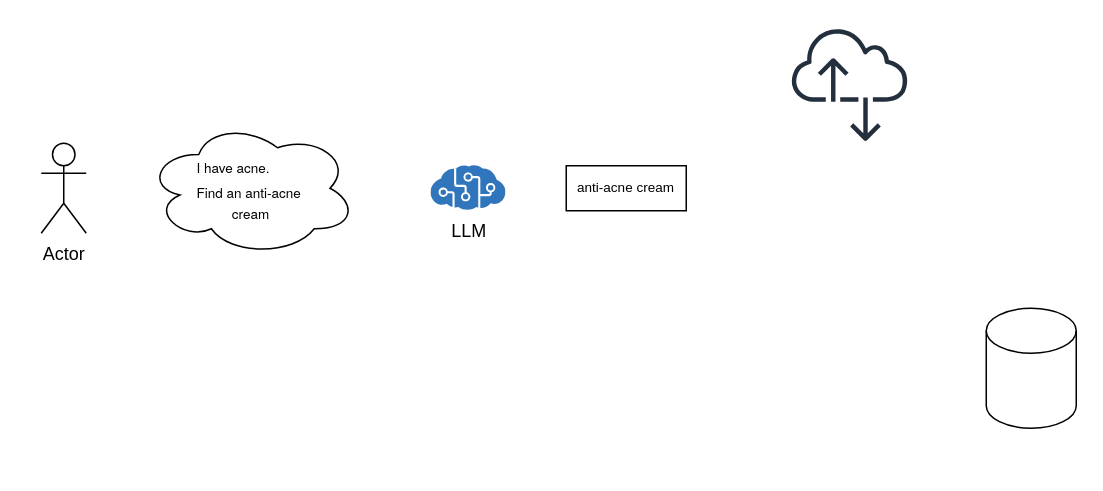
The draw.io diagram product-recommendation.drawio in x2day/qoupee, before the edit. Source tidied: cells renumbered, new cells numbered last; positions are measured from the earlier drawing's top-left corner, leaving out a move shared by most shapes. Both pictures are drawn from the tidied source at 150%, with x=0, y=0 at pixel (40, 26).
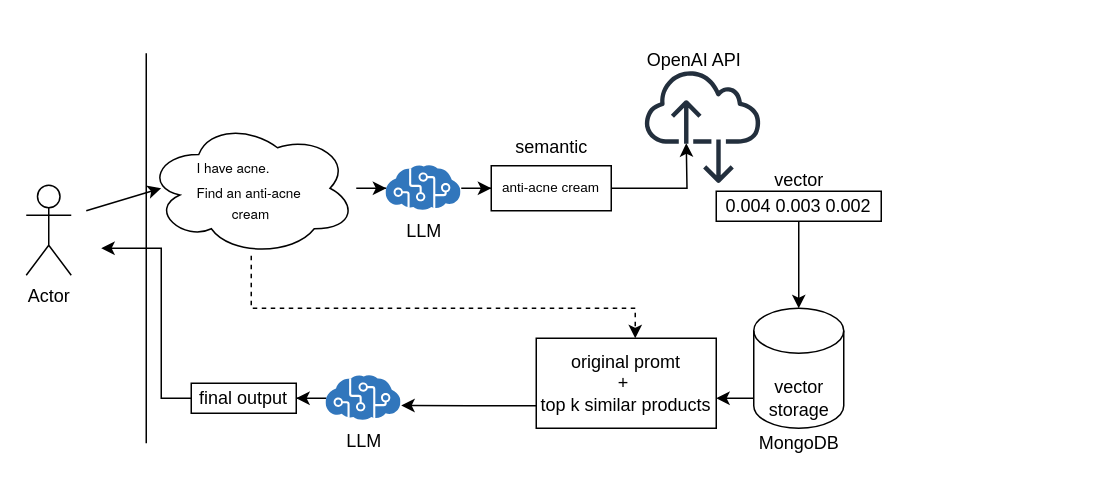
The same diagram, later.

Unchanged cells that the change refers to:
```xml
<mxCell id="3" value="&lt;p style=&quot;margin: 0px; font-variant-numeric: normal; font-variant-east-asian: normal; font-variant-alternates: normal; font-kerning: auto; font-optical-sizing: auto; font-feature-settings: normal; font-variation-settings: normal; font-variant-position: normal; font-stretch: normal; line-height: normal; font-family: &amp;quot;Helvetica Neue&amp;quot;; text-align: start;&quot; class=&quot;p1&quot;&gt;&lt;font style=&quot;font-size: 9px;&quot;&gt;I have acne.&lt;br&gt;Find an anti-acne&amp;nbsp;&lt;/font&gt;&lt;/p&gt;&lt;span style=&quot;font-family: &amp;quot;Helvetica Neue&amp;quot;; font-size: 9px; text-align: start;&quot;&gt;cream&lt;/span&gt;" style="ellipse;shape=cloud;whiteSpace=wrap;html=1;" parent="1" vertex="1">
  <mxGeometry x="70" y="63" width="140" height="90" as="geometry" />
</mxCell>
```

Diff of the diagram source:
```diff
@@
     <mxCell id="2" value="Actor" style="shape=umlActor;verticalLabelPosition=bottom;verticalAlign=top;html=1;" parent="1" vertex="1">
-      <mxGeometry y="78" width="30" height="60" as="geometry" />
+      <mxGeometry x="-10" y="106" width="30" height="60" as="geometry" />
     </mxCell>
+    <mxCell id="8" style="edgeStyle=orthogonalEdgeStyle;rounded=0;jettySize=auto;html=1;" parent="1" edge="1" source="3" target="5">
+      <mxGeometry relative="1" as="geometry" />
+    </mxCell>
+    <mxCell id="9" style="edgeStyle=orthogonalEdgeStyle;rounded=0;jettySize=auto;html=1;entryX=0.55;entryY=0.001;entryDx=0;entryDy=0;dashed=1;entryPerimeter=0;" parent="1" edge="1" source="3" target="21">
+      <mxGeometry relative="1" as="geometry">
+        <Array as="points">
+          <mxPoint x="140" y="188" />
+          <mxPoint x="396" y="188" />
+        </Array>
+      </mxGeometry>
+    </mxCell>
@@
     <mxCell id="4" style="shape=cylinder3;whiteSpace=wrap;html=1;boundedLbl=1;backgroundOutline=1;size=15;" parent="1" vertex="1">
-      <mxGeometry x="630" y="188" width="60" height="80" as="geometry" />
+      <mxGeometry x="475" y="188" width="60" height="80" as="geometry" />
     </mxCell>
+    <mxCell id="10" style="edgeStyle=orthogonalEdgeStyle;rounded=0;jettySize=auto;html=1;" parent="1" edge="1" source="5" target="6">
+      <mxGeometry relative="1" as="geometry" />
+    </mxCell>
     <mxCell id="5" value="LLM" style="sketch=0;html=1;points=[];align=center;image;fontSize=12;image=img/lib/mscae/Cognitive_Services.svg;" parent="1" vertex="1">
-      <mxGeometry x="260" y="93" width="50" height="30" as="geometry" />
+      <mxGeometry x="230" y="93" width="50" height="30" as="geometry" />
     </mxCell>
+    <mxCell id="11" style="edgeStyle=orthogonalEdgeStyle;rounded=0;jettySize=auto;html=1;" parent="1" edge="1" source="6">
+      <mxGeometry relative="1" as="geometry">
+        <mxPoint x="430" y="78" as="targetPoint" />
+      </mxGeometry>
+    </mxCell>
     <mxCell id="6" value="anti-acne cream" style="rounded=0;whiteSpace=wrap;html=1;fontSize=9;" parent="1" vertex="1">
-      <mxGeometry x="350" y="93" width="80" height="30" as="geometry" />
+      <mxGeometry x="300" y="93" width="80" height="30" as="geometry" />
     </mxCell>
     <mxCell id="7" style="sketch=0;fontColor=#232F3E;gradientColor=none;fillColor=#232F3D;strokeColor=none;dashed=0;verticalLabelPosition=bottom;verticalAlign=top;align=center;html=1;fontSize=12;fontStyle=0;shape=mxgraph.aws4.internet_alt2;" parent="1" vertex="1">
-      <mxGeometry x="500" width="78" height="78" as="geometry" />
+      <mxGeometry x="402" y="28" width="78" height="78" as="geometry" />
     </mxCell>
+    <mxCell id="12" value="semantic" style="text;html=1;align=center;verticalAlign=middle;strokeColor=none;fillColor=none;" parent="1" vertex="1">
+      <mxGeometry x="305" y="66" width="70" height="30" as="geometry" />
+    </mxCell>
+    <mxCell id="13" style="group;" parent="1" vertex="1">
+      <mxGeometry x="450" y="88" width="110" height="42" as="geometry" />
+    </mxCell>
+    <mxCell id="14" value="0.004 0.003 0.002" style="rounded=0;whiteSpace=wrap;html=1;" parent="13" vertex="1">
+      <mxGeometry y="22" width="110" height="20" as="geometry" />
+    </mxCell>
+    <mxCell id="15" value="vector" style="text;html=1;align=center;verticalAlign=middle;strokeColor=none;fillColor=none;" parent="13" vertex="1">
+      <mxGeometry x="25" width="60" height="30" as="geometry" />
+    </mxCell>
+    <mxCell id="16" style="edgeStyle=orthogonalEdgeStyle;rounded=0;jettySize=auto;html=1;" parent="1" edge="1" source="14" target="4">
+      <mxGeometry relative="1" as="geometry" />
+    </mxCell>
+    <mxCell id="17" style="edgeStyle=orthogonalEdgeStyle;rounded=0;jettySize=auto;html=1;" parent="1" edge="1" source="18">
+      <mxGeometry relative="1" as="geometry">
+        <mxPoint x="450" y="248" as="targetPoint" />
+      </mxGeometry>
+    </mxCell>
+    <mxCell id="18" value="vector&lt;div&gt;storage&lt;/div&gt;" style="text;html=1;align=center;verticalAlign=middle;points=[];strokeColor=none;fillColor=none;" parent="1" vertex="1">
+      <mxGeometry x="475" y="228" width="60" height="40" as="geometry" />
+    </mxCell>
+    <mxCell id="19" style="edgeStyle=orthogonalEdgeStyle;rounded=0;jettySize=auto;html=1;" parent="1" edge="1" source="20" target="26">
+      <mxGeometry relative="1" as="geometry" />
+    </mxCell>
+    <mxCell id="20" value="LLM" style="sketch=0;html=1;points=[];align=center;image;fontSize=12;image=img/lib/mscae/Cognitive_Services.svg;" parent="1" vertex="1">
+      <mxGeometry x="190" y="233" width="50" height="30" as="geometry" />
+    </mxCell>
+    <mxCell id="21" value="&lt;span style=&quot;text-wrap: nowrap;&quot;&gt;original promt&lt;/span&gt;&lt;br style=&quot;text-wrap: nowrap;&quot;&gt;&lt;span style=&quot;text-wrap: nowrap;&quot;&gt;+&amp;nbsp;&lt;/span&gt;&lt;div style=&quot;text-wrap: nowrap;&quot;&gt;top k similar products&lt;/div&gt;" style="rounded=0;whiteSpace=wrap;html=1;" parent="1" vertex="1">
+      <mxGeometry x="330" y="208" width="120" height="60" as="geometry" />
+    </mxCell>
+    <mxCell id="22" style="endArrow=none;html=1;rounded=0;" parent="1" edge="1">
+      <mxGeometry relative="1" as="geometry">
+        <mxPoint x="70" y="278" as="sourcePoint" />
+        <mxPoint x="70" y="18" as="targetPoint" />
+      </mxGeometry>
+    </mxCell>
+    <mxCell id="23" style="endArrow=classic;html=1;rounded=0;entryX=0.071;entryY=0.5;entryDx=0;entryDy=0;entryPerimeter=0;" parent="1" edge="1" target="3">
+      <mxGeometry relative="1" as="geometry">
+        <mxPoint x="30" y="123" as="sourcePoint" />
+      </mxGeometry>
+    </mxCell>
+    <mxCell id="24" style="edgeStyle=orthogonalEdgeStyle;rounded=0;jettySize=auto;html=1;exitX=0;exitY=0.75;exitDx=0;exitDy=0;entryX=1;entryY=0.66;entryDx=0;entryDy=0;entryPerimeter=0;" parent="1" edge="1" source="21" target="20">
+      <mxGeometry relative="1" as="geometry" />
+    </mxCell>
+    <mxCell id="25" style="edgeStyle=orthogonalEdgeStyle;rounded=0;jettySize=auto;html=1;exitX=0;exitY=0.5;exitDx=0;exitDy=0;" parent="1" edge="1" source="26">
+      <mxGeometry relative="1" as="geometry">
+        <mxPoint x="40" y="148" as="targetPoint" />
+        <Array as="points">
+          <mxPoint x="80" y="248" />
+          <mxPoint x="80" y="148" />
+          <mxPoint x="40" y="148" />
+        </Array>
+      </mxGeometry>
+    </mxCell>
+    <mxCell id="26" value="&lt;span style=&quot;text-wrap: nowrap;&quot;&gt;final output&lt;/span&gt;" style="rounded=0;whiteSpace=wrap;html=1;" parent="1" vertex="1">
+      <mxGeometry x="100" y="238" width="70" height="20" as="geometry" />
+    </mxCell>
+    <mxCell id="27" value="MongoDB" style="text;html=1;align=center;verticalAlign=middle;strokeColor=none;fillColor=none;" parent="1" vertex="1">
+      <mxGeometry x="465" y="263" width="80" height="30" as="geometry" />
+    </mxCell>
+    <mxCell id="28" value="OpenAI API" style="text;html=1;align=center;verticalAlign=middle;strokeColor=none;fillColor=none;" parent="1" vertex="1">
+      <mxGeometry x="390" y="8" width="90" height="30" as="geometry" />
+    </mxCell>
```
